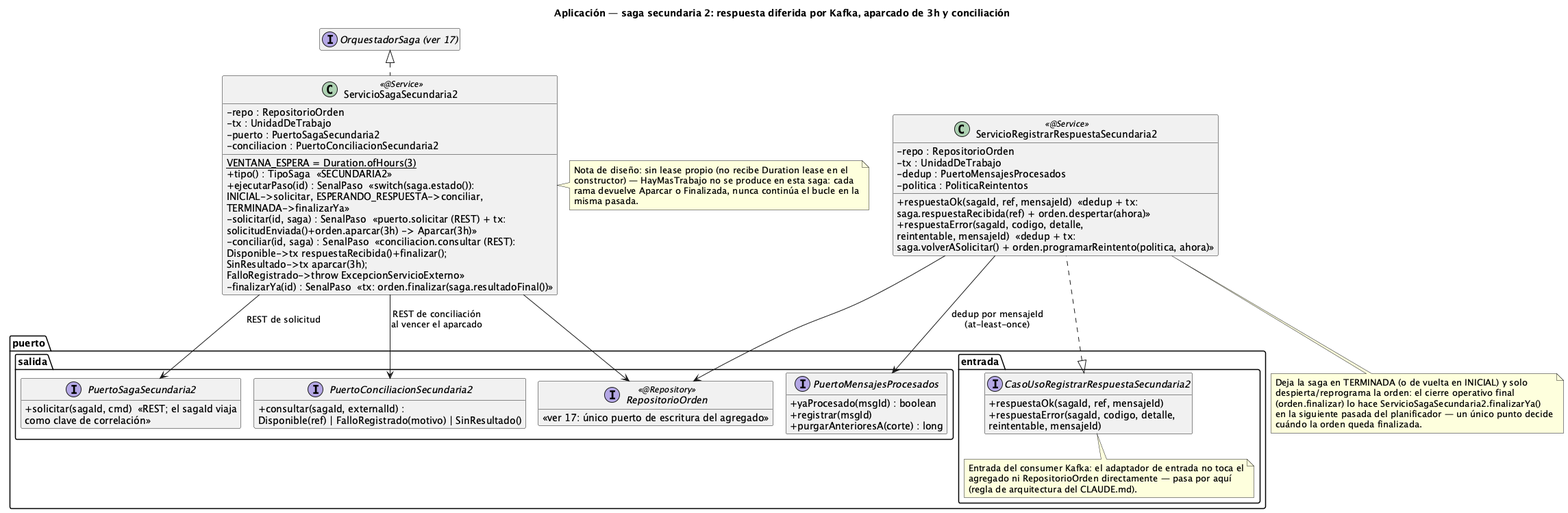
This is order-manager/docs/20-clases-aplicacion-saga-secundaria2.png from ralcazar/patrones, a PlantUML export, as it was before one commit.
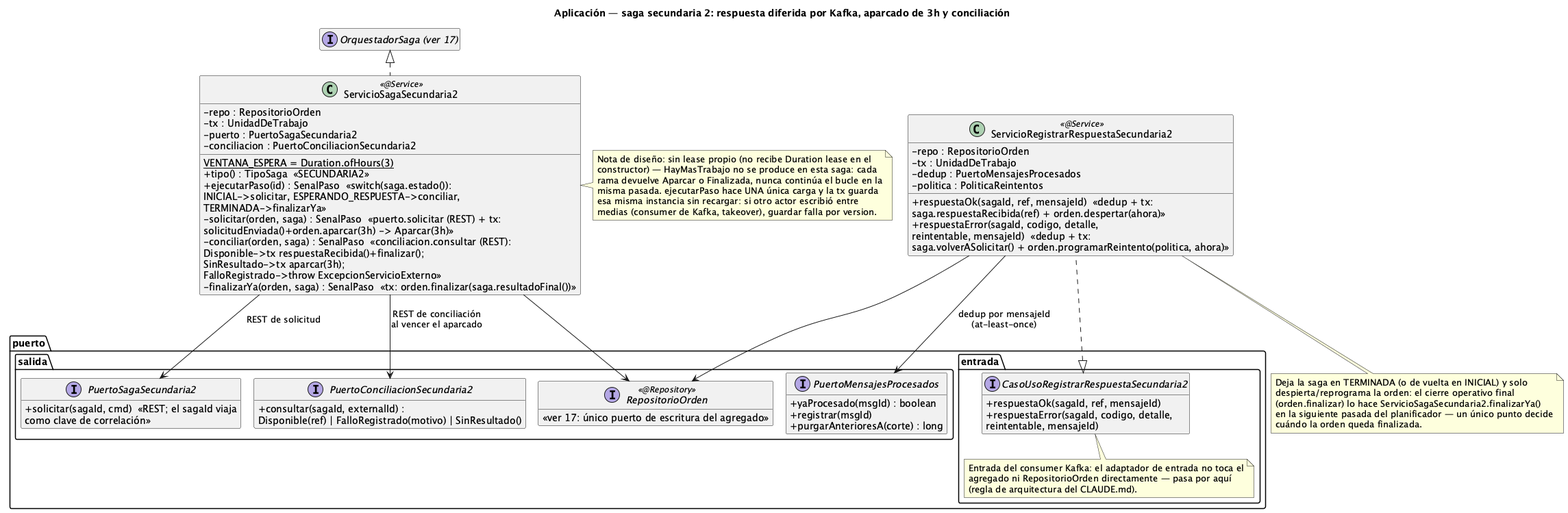
Above is the later version.

The edit, as a diff of the source:
```diff
@@ -26,15 +26,17 @@
   -conciliacion : PuertoConciliacionSecundaria2
   +tipo() : TipoSaga  «SECUNDARIA2»
   +ejecutarPaso(id) : SenalPaso  «switch(saga.estado()):\nINICIAL->solicitar, ESPERANDO_RESPUESTA->conciliar,\nTERMINADA->finalizarYa»
-  -solicitar(id, saga) : SenalPaso  «puerto.solicitar (REST) + tx:\nsolicitudEnviada()+orden.aparcar(3h) -> Aparcar(3h)»
-  -conciliar(id, saga) : SenalPaso  «conciliacion.consultar (REST):\nDisponible->tx respuestaRecibida()+finalizar();\nSinResultado->tx aparcar(3h);\nFalloRegistrado->throw ExcepcionServicioExterno»
-  -finalizarYa(id) : SenalPaso  «tx: orden.finalizar(saga.resultadoFinal())»
+  -solicitar(orden, saga) : SenalPaso  «puerto.solicitar (REST) + tx:\nsolicitudEnviada()+orden.aparcar(3h) -> Aparcar(3h)»
+  -conciliar(orden, saga) : SenalPaso  «conciliacion.consultar (REST):\nDisponible->tx respuestaRecibida()+finalizar();\nSinResultado->tx aparcar(3h);\nFalloRegistrado->throw ExcepcionServicioExterno»
+  -finalizarYa(orden, saga) : SenalPaso  «tx: orden.finalizar(saga.resultadoFinal())»
 }
 note right of ServicioSagaSecundaria2
   Nota de diseño: sin lease propio (no recibe Duration lease en el
   constructor) — HayMasTrabajo no se produce en esta saga: cada
   rama devuelve Aparcar o Finalizada, nunca continúa el bucle en la
-  misma pasada.
+  misma pasada. ejecutarPaso hace UNA única carga y la tx guarda
+  esa misma instancia sin recargar: si otro actor escribió entre
+  medias (consumer de Kafka, takeover), guardar falla por version.
 end note
 
 class ServicioRegistrarRespuestaSecundaria2 <<@Service>> {
```
